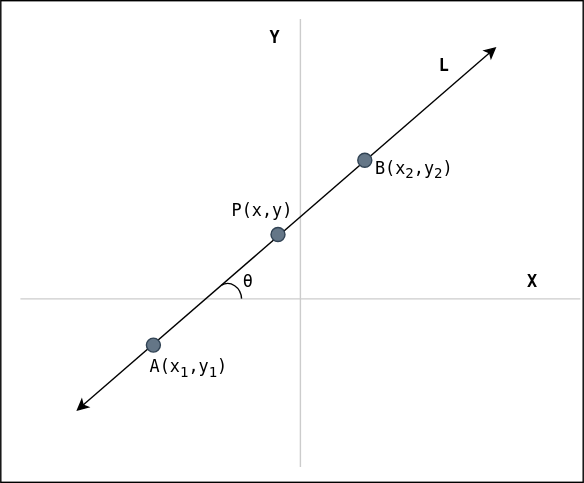
The draw.io diagram public/diagrams/line-slope.svg in datkumar/code-journal, before a commit. Source tidied: cells renumbered, new cells last; positions are measured from the earlier drawing's top-left corner, leaving out a move shared by most shapes.
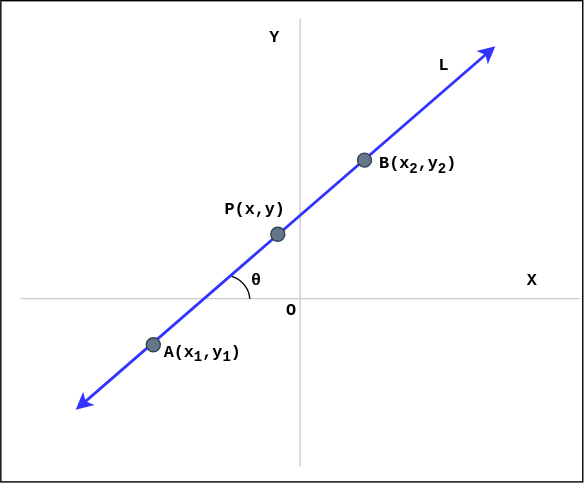
After the change.

Diff of the diagram source:
```diff
@@ -20,22 +20,22 @@
     <mxCell id="5" value="L" style="text;html=1;align=center;verticalAlign=middle;whiteSpace=wrap;rounded=0;fontFamily=monospace;fontStyle=1;fontColor=#000000;" parent="1" vertex="1">
       <mxGeometry x="302" y="37" width="30" height="20" as="geometry" />
     </mxCell>
-    <mxCell id="6" style="verticalLabelPosition=bottom;verticalAlign=top;html=1;shape=mxgraph.basic.arc;startAngle=0.9283207433334802;endAngle=0.2404621378820819;fontColor=#000000;fillColor=light-dark(#000000,#000000);strokeColor=light-dark(#000000,#000000);" parent="1" vertex="1">
-      <mxGeometry x="152" y="202" width="20" height="23" as="geometry" />
+    <mxCell id="6" style="verticalLabelPosition=bottom;verticalAlign=top;html=1;shape=mxgraph.basic.arc;startAngle=0.05180427431680946;endAngle=0.24145151277937674;fontColor=#000000;fillColor=light-dark(#000000,#000000);strokeColor=light-dark(#000000,#000000);" parent="1" vertex="1">
+      <mxGeometry x="139" y="196" width="39" height="36" as="geometry" />
     </mxCell>
-    <mxCell id="7" value="θ" style="text;html=1;align=center;verticalAlign=middle;whiteSpace=wrap;rounded=0;fontFamily=monospace;fontColor=#000000;" parent="1" vertex="1">
-      <mxGeometry x="172" y="195.5" width="10" height="11" as="geometry" />
+    <mxCell id="7" value="θ" style="text;html=1;align=center;verticalAlign=middle;whiteSpace=wrap;rounded=0;fontFamily=monospace;fontColor=#000000;fontStyle=1;" parent="1" vertex="1">
+      <mxGeometry x="178" y="195.5" width="10" height="11" as="geometry" />
     </mxCell>
-    <mxCell id="8" value="P(x,y)" style="text;html=1;align=center;verticalAlign=middle;whiteSpace=wrap;rounded=0;fontFamily=monospace;fontColor=#000000;" parent="1" vertex="1">
-      <mxGeometry x="165" y="138" width="44" height="24" as="geometry" />
+    <mxCell id="8" value="P(x,y)" style="text;html=1;align=center;verticalAlign=middle;whiteSpace=wrap;rounded=0;fontFamily=monospace;fontColor=#000000;fontStyle=1;" parent="1" vertex="1">
+      <mxGeometry x="155" y="138" width="54" height="24" as="geometry" />
     </mxCell>
-    <mxCell id="9" value="A(x&lt;sub&gt;1&lt;/sub&gt;,y&lt;sub&gt;1&lt;/sub&gt;)" style="text;html=1;align=center;verticalAlign=middle;whiteSpace=wrap;rounded=0;fontFamily=monospace;fontColor=#000000;" parent="1" vertex="1">
-      <mxGeometry x="104" y="251" width="61" height="24" as="geometry" />
+    <mxCell id="9" value="A(x&lt;sub&gt;1&lt;/sub&gt;,y&lt;sub&gt;1&lt;/sub&gt;)" style="text;html=1;align=center;verticalAlign=middle;whiteSpace=wrap;rounded=0;fontFamily=monospace;fontColor=#000000;fontStyle=1;" parent="1" vertex="1">
+      <mxGeometry x="108" y="241" width="73" height="24" as="geometry" />
     </mxCell>
-    <mxCell id="10" value="B(x&lt;sub&gt;2&lt;/sub&gt;,y&lt;sub&gt;2&lt;/sub&gt;)" style="text;html=1;align=center;verticalAlign=middle;whiteSpace=wrap;rounded=0;fontFamily=monospace;fontColor=#000000;" parent="1" vertex="1">
-      <mxGeometry x="265" y="109" width="61" height="24" as="geometry" />
+    <mxCell id="10" value="B(x&lt;sub&gt;2&lt;/sub&gt;,y&lt;sub&gt;2&lt;/sub&gt;)" style="text;html=1;align=center;verticalAlign=middle;whiteSpace=wrap;rounded=0;fontFamily=monospace;fontColor=#000000;fontStyle=1;" parent="1" vertex="1">
+      <mxGeometry x="265" y="106" width="67" height="24" as="geometry" />
     </mxCell>
-    <mxCell id="11" style="endArrow=classic;startArrow=classic;html=1;rounded=0;strokeColor=#000000;fontFamily=monospace;fontColor=#000000;" parent="1" edge="1">
+    <mxCell id="11" style="endArrow=classic;startArrow=classic;html=1;rounded=0;strokeColor=light-dark(#3333FF,#3333FF);fontFamily=monospace;fontColor=#000000;strokeWidth=2;" parent="1" edge="1">
       <mxGeometry relative="1" as="geometry">
         <mxPoint x="54" y="293" as="sourcePoint" />
         <mxPoint x="354" y="33" as="targetPoint" />
@@ -56,5 +56,8 @@
     <mxCell id="16" value="Y" style="text;html=1;align=center;verticalAlign=middle;whiteSpace=wrap;rounded=0;fontFamily=monospace;fontStyle=1;fontColor=#000000;" parent="1" vertex="1">
       <mxGeometry x="181" y="17" width="30" height="20" as="geometry" />
     </mxCell>
+    <mxCell id="17" value="O" style="text;html=1;align=center;verticalAlign=middle;whiteSpace=wrap;rounded=0;fontFamily=monospace;fontStyle=1;fontColor=#000000;" parent="1" vertex="1">
+      <mxGeometry x="198" y="212" width="20" height="20" as="geometry" />
+    </mxCell>
   </root>
 </mxGraphModel>
```
